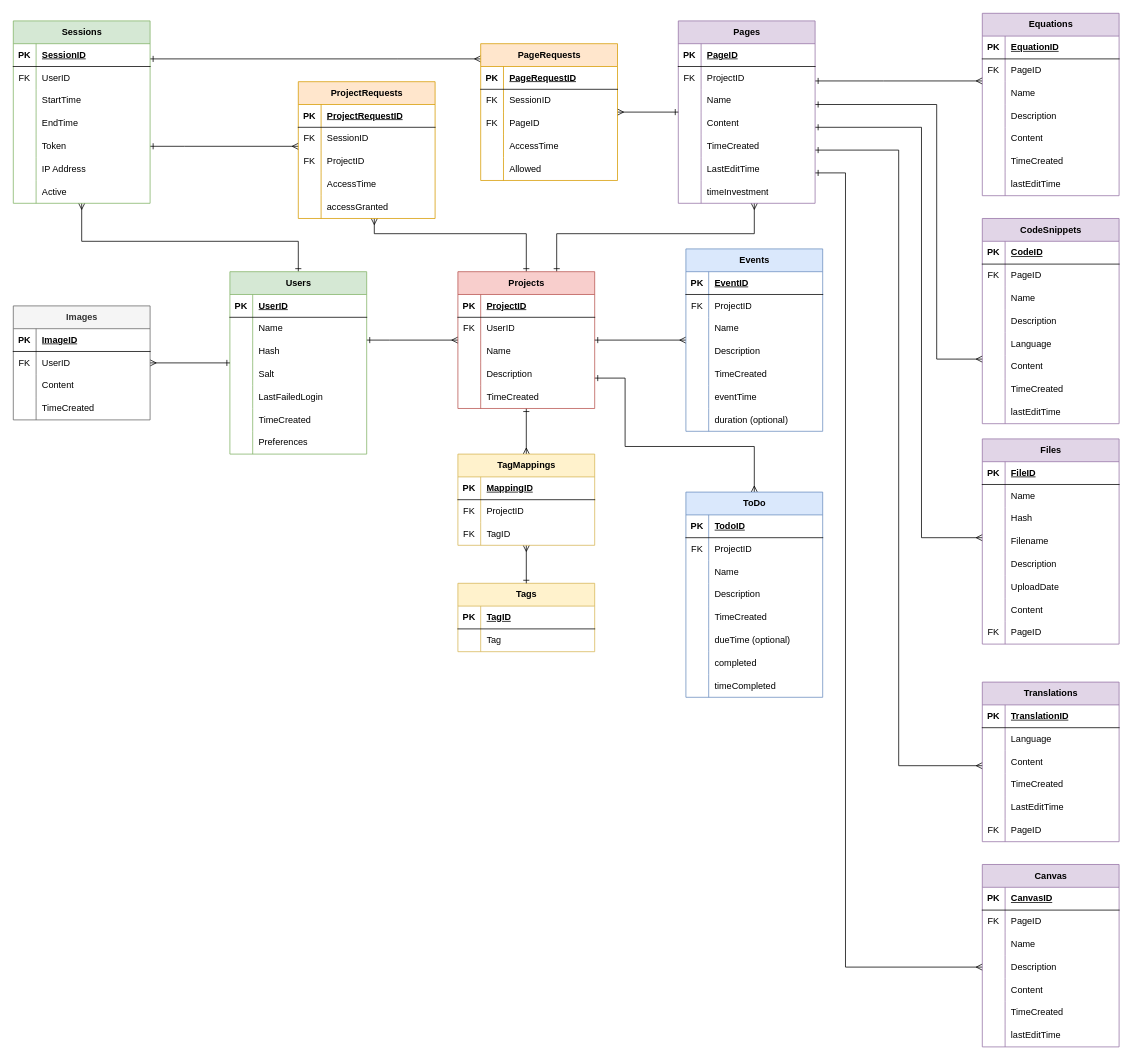
This is assets/ERD.drawio from Maple-Lazuli/one-place-v3, a draw.io file, before an edit. Source tidied: cells renumbered, new cells numbered last; positions are measured from the earlier drawing's top-left corner, leaving out a move shared by most shapes. Both pictures are drawn from the tidied source at 76%, with x=0, y=0 at pixel (13, 13).
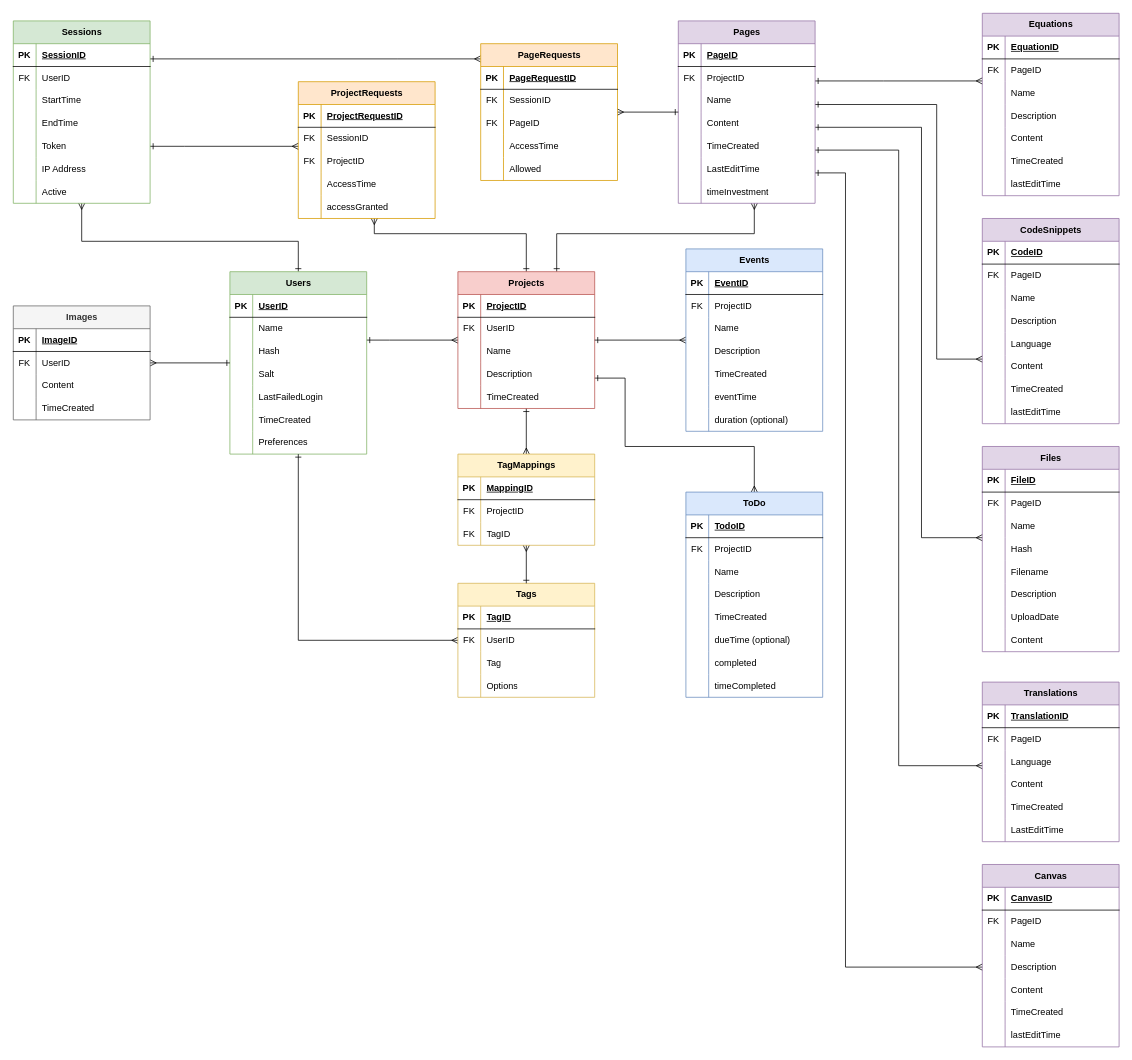
The same diagram, later.

Commit message (it also covers changes not shown here):
updated the erd, updated the sql init file, and updated the tags endpoint

The change refers to these unchanged cells:
```xml
<mxCell id="28" value="Users" style="shape=table;startSize=30;childLayout=tableLayout;rowLines=0;fontStyle=1;align=center;html=1;fillColor=#d5e8d4;strokeColor=#82b366;" parent="1" vertex="1">
  <mxGeometry x="285" y="340" width="180" height="240" as="geometry" />
</mxCell>
<mxCell id="101" style="shape=tableRow;horizontal=0;startSize=0;swimlaneHead=0;swimlaneBody=0;fillColor=none;top=0;left=0;right=0;bottom=0;" parent="97" vertex="1">
  <mxGeometry y="60" width="180" height="30" as="geometry" />
</mxCell>
<mxCell id="282" value="Translations" style="shape=table;startSize=30;childLayout=tableLayout;rowLines=0;fontStyle=1;align=center;html=1;fillColor=#e1d5e7;strokeColor=#9673a6;" parent="1" vertex="1">
  <mxGeometry x="1275" y="880" width="180" height="210" as="geometry" />
</mxCell>
```

Diff of the diagram source:
```diff
@@
+    <mxCell id="323" style="edgeStyle=orthogonalEdgeStyle;rounded=0;jettySize=auto;html=1;endArrow=ERone;endFill=0;startArrow=ERmany;startFill=0;" parent="1" edge="1" source="97" target="28">
+      <mxGeometry relative="1" as="geometry" />
+    </mxCell>
     <mxCell id="97" value="Tags" style="shape=table;startSize=30;childLayout=tableLayout;rowLines=0;fontStyle=1;align=center;html=1;fillColor=#fff2cc;strokeColor=#d6b656;" parent="1" vertex="1">
-      <mxGeometry x="585" y="750" width="180" height="90" as="geometry" />
+      <mxGeometry x="585" y="750" width="180" height="150" as="geometry" />
     </mxCell>
@@
-    <mxCell id="102" style="shape=partialRectangle;fillColor=none;top=0;left=0;bottom=0;right=0;overflow=hidden;whiteSpace=wrap;html=1;" parent="101" vertex="1">
+    <mxCell id="102" value="FK" style="shape=partialRectangle;fillColor=none;top=0;left=0;bottom=0;right=0;overflow=hidden;whiteSpace=wrap;html=1;" parent="101" vertex="1">
       <mxGeometry width="30" height="30" as="geometry" />
     </mxCell>
-    <mxCell id="103" value="Tag" style="shape=partialRectangle;fillColor=none;top=0;left=0;bottom=0;right=0;align=left;spacingLeft=6;overflow=hidden;whiteSpace=wrap;html=1;" parent="101" vertex="1">
+    <mxCell id="103" value="UserID" style="shape=partialRectangle;fillColor=none;top=0;left=0;bottom=0;right=0;align=left;spacingLeft=6;overflow=hidden;whiteSpace=wrap;html=1;" parent="101" vertex="1">
       <mxGeometry x="30" width="150" height="30" as="geometry" />
     </mxCell>
+    <mxCell id="324" style="shape=tableRow;horizontal=0;startSize=0;swimlaneHead=0;swimlaneBody=0;fillColor=none;top=0;left=0;right=0;bottom=0;" parent="97" vertex="1">
+      <mxGeometry y="90" width="180" height="30" as="geometry" />
+    </mxCell>
+    <mxCell id="325" style="shape=partialRectangle;fillColor=none;top=0;left=0;bottom=0;right=0;overflow=hidden;whiteSpace=wrap;html=1;" parent="324" vertex="1">
+      <mxGeometry width="30" height="30" as="geometry" />
+    </mxCell>
+    <mxCell id="326" value="Tag" style="shape=partialRectangle;fillColor=none;top=0;left=0;bottom=0;right=0;align=left;spacingLeft=6;overflow=hidden;whiteSpace=wrap;html=1;" parent="324" vertex="1">
+      <mxGeometry x="30" width="150" height="30" as="geometry" />
+    </mxCell>
+    <mxCell id="327" style="shape=tableRow;horizontal=0;startSize=0;swimlaneHead=0;swimlaneBody=0;fillColor=none;top=0;left=0;right=0;bottom=0;" parent="97" vertex="1">
+      <mxGeometry y="120" width="180" height="30" as="geometry" />
+    </mxCell>
+    <mxCell id="328" style="shape=partialRectangle;fillColor=none;top=0;left=0;bottom=0;right=0;overflow=hidden;whiteSpace=wrap;html=1;" parent="327" vertex="1">
+      <mxGeometry width="30" height="30" as="geometry" />
+    </mxCell>
+    <mxCell id="329" value="Options" style="shape=partialRectangle;fillColor=none;top=0;left=0;bottom=0;right=0;align=left;spacingLeft=6;overflow=hidden;whiteSpace=wrap;html=1;" parent="327" vertex="1">
+      <mxGeometry x="30" width="150" height="30" as="geometry" />
+    </mxCell>
@@
     <mxCell id="162" value="Files" style="shape=table;startSize=30;childLayout=tableLayout;rowLines=0;fontStyle=1;align=center;html=1;fillColor=#e1d5e7;strokeColor=#9673a6;" parent="1" vertex="1">
-      <mxGeometry x="1275" y="560" width="180" height="270" as="geometry" />
+      <mxGeometry x="1275" y="570" width="180" height="270" as="geometry" />
     </mxCell>
@@
-    <mxCell id="166" style="shape=tableRow;horizontal=0;startSize=0;swimlaneHead=0;swimlaneBody=0;fillColor=none;top=0;left=0;right=0;bottom=0;" parent="162" vertex="1">
-      <mxGeometry y="60" width="180" height="30" as="geometry" />
-    </mxCell>
-    <mxCell id="167" style="shape=partialRectangle;fillColor=none;top=0;left=0;bottom=0;right=0;overflow=hidden;whiteSpace=wrap;html=1;" parent="166" vertex="1">
-      <mxGeometry width="30" height="30" as="geometry" />
-    </mxCell>
-    <mxCell id="168" value="Name" style="shape=partialRectangle;fillColor=none;top=0;left=0;bottom=0;right=0;align=left;spacingLeft=6;overflow=hidden;whiteSpace=wrap;html=1;" parent="166" vertex="1">
-      <mxGeometry x="30" width="150" height="30" as="geometry" />
-    </mxCell>
-    <mxCell id="169" style="shape=tableRow;horizontal=0;startSize=0;swimlaneHead=0;swimlaneBody=0;fillColor=none;top=0;left=0;right=0;bottom=0;" parent="162" vertex="1">
-      <mxGeometry y="90" width="180" height="30" as="geometry" />
-    </mxCell>
-    <mxCell id="170" style="shape=partialRectangle;fillColor=none;top=0;left=0;bottom=0;right=0;overflow=hidden;whiteSpace=wrap;html=1;" parent="169" vertex="1">
-      <mxGeometry width="30" height="30" as="geometry" />
-    </mxCell>
-    <mxCell id="171" value="Hash" style="shape=partialRectangle;fillColor=none;top=0;left=0;bottom=0;right=0;align=left;spacingLeft=6;overflow=hidden;whiteSpace=wrap;html=1;" parent="169" vertex="1">
-      <mxGeometry x="30" width="150" height="30" as="geometry" />
-    </mxCell>
-    <mxCell id="172" style="shape=tableRow;horizontal=0;startSize=0;swimlaneHead=0;swimlaneBody=0;fillColor=none;top=0;left=0;right=0;bottom=0;" parent="162" vertex="1">
-      <mxGeometry y="120" width="180" height="30" as="geometry" />
-    </mxCell>
-    <mxCell id="173" style="shape=partialRectangle;fillColor=none;top=0;left=0;bottom=0;right=0;overflow=hidden;whiteSpace=wrap;html=1;" parent="172" vertex="1">
-      <mxGeometry width="30" height="30" as="geometry" />
-    </mxCell>
-    <mxCell id="174" value="Filename" style="shape=partialRectangle;fillColor=none;top=0;left=0;bottom=0;right=0;align=left;spacingLeft=6;overflow=hidden;whiteSpace=wrap;html=1;" parent="172" vertex="1">
-      <mxGeometry x="30" width="150" height="30" as="geometry" />
-    </mxCell>
-    <mxCell id="175" style="shape=tableRow;horizontal=0;startSize=0;swimlaneHead=0;swimlaneBody=0;fillColor=none;top=0;left=0;right=0;bottom=0;" parent="162" vertex="1">
-      <mxGeometry y="150" width="180" height="30" as="geometry" />
-    </mxCell>
-    <mxCell id="176" style="shape=partialRectangle;fillColor=none;top=0;left=0;bottom=0;right=0;overflow=hidden;whiteSpace=wrap;html=1;" parent="175" vertex="1">
-      <mxGeometry width="30" height="30" as="geometry" />
-    </mxCell>
-    <mxCell id="177" value="Description" style="shape=partialRectangle;fillColor=none;top=0;left=0;bottom=0;right=0;align=left;spacingLeft=6;overflow=hidden;whiteSpace=wrap;html=1;" parent="175" vertex="1">
-      <mxGeometry x="30" width="150" height="30" as="geometry" />
-    </mxCell>
-    <mxCell id="178" style="shape=tableRow;horizontal=0;startSize=0;swimlaneHead=0;swimlaneBody=0;fillColor=none;top=0;left=0;right=0;bottom=0;" parent="162" vertex="1">
-      <mxGeometry y="180" width="180" height="30" as="geometry" />
-    </mxCell>
-    <mxCell id="179" style="shape=partialRectangle;fillColor=none;top=0;left=0;bottom=0;right=0;overflow=hidden;whiteSpace=wrap;html=1;" parent="178" vertex="1">
-      <mxGeometry width="30" height="30" as="geometry" />
-    </mxCell>
-    <mxCell id="180" value="UploadDate" style="shape=partialRectangle;fillColor=none;top=0;left=0;bottom=0;right=0;align=left;spacingLeft=6;overflow=hidden;whiteSpace=wrap;html=1;" parent="178" vertex="1">
-      <mxGeometry x="30" width="150" height="30" as="geometry" />
-    </mxCell>
-    <mxCell id="181" style="shape=tableRow;horizontal=0;startSize=0;swimlaneHead=0;swimlaneBody=0;fillColor=none;top=0;left=0;right=0;bottom=0;" parent="162" vertex="1">
-      <mxGeometry y="210" width="180" height="30" as="geometry" />
-    </mxCell>
-    <mxCell id="182" style="shape=partialRectangle;fillColor=none;top=0;left=0;bottom=0;right=0;overflow=hidden;whiteSpace=wrap;html=1;" parent="181" vertex="1">
-      <mxGeometry width="30" height="30" as="geometry" />
-    </mxCell>
-    <mxCell id="183" value="Content" style="shape=partialRectangle;fillColor=none;top=0;left=0;bottom=0;right=0;align=left;spacingLeft=6;overflow=hidden;whiteSpace=wrap;html=1;" parent="181" vertex="1">
-      <mxGeometry x="30" width="150" height="30" as="geometry" />
-    </mxCell>
     <mxCell id="184" style="shape=tableRow;horizontal=0;startSize=0;swimlaneHead=0;swimlaneBody=0;fillColor=none;top=0;left=0;right=0;bottom=0;" parent="162" vertex="1">
-      <mxGeometry y="240" width="180" height="30" as="geometry" />
+      <mxGeometry y="60" width="180" height="30" as="geometry" />
     </mxCell>
@@
+    <mxCell id="330" style="shape=tableRow;horizontal=0;startSize=0;swimlaneHead=0;swimlaneBody=0;fillColor=none;top=0;left=0;right=0;bottom=0;" parent="162" vertex="1">
+      <mxGeometry y="90" width="180" height="30" as="geometry" />
+    </mxCell>
+    <mxCell id="331" style="shape=partialRectangle;fillColor=none;top=0;left=0;bottom=0;right=0;overflow=hidden;whiteSpace=wrap;html=1;" parent="330" vertex="1">
+      <mxGeometry width="30" height="30" as="geometry" />
+    </mxCell>
+    <mxCell id="168" value="Name" style="shape=partialRectangle;fillColor=none;top=0;left=0;bottom=0;right=0;align=left;spacingLeft=6;overflow=hidden;whiteSpace=wrap;html=1;" parent="330" vertex="1">
+      <mxGeometry x="30" width="150" height="30" as="geometry" />
+    </mxCell>
+    <mxCell id="332" style="shape=tableRow;horizontal=0;startSize=0;swimlaneHead=0;swimlaneBody=0;fillColor=none;top=0;left=0;right=0;bottom=0;" parent="162" vertex="1">
+      <mxGeometry y="120" width="180" height="30" as="geometry" />
+    </mxCell>
+    <mxCell id="333" style="shape=partialRectangle;fillColor=none;top=0;left=0;bottom=0;right=0;overflow=hidden;whiteSpace=wrap;html=1;" parent="332" vertex="1">
+      <mxGeometry width="30" height="30" as="geometry" />
+    </mxCell>
+    <mxCell id="171" value="Hash" style="shape=partialRectangle;fillColor=none;top=0;left=0;bottom=0;right=0;align=left;spacingLeft=6;overflow=hidden;whiteSpace=wrap;html=1;" parent="332" vertex="1">
+      <mxGeometry x="30" width="150" height="30" as="geometry" />
+    </mxCell>
+    <mxCell id="334" style="shape=tableRow;horizontal=0;startSize=0;swimlaneHead=0;swimlaneBody=0;fillColor=none;top=0;left=0;right=0;bottom=0;" parent="162" vertex="1">
+      <mxGeometry y="150" width="180" height="30" as="geometry" />
+    </mxCell>
+    <mxCell id="335" style="shape=partialRectangle;fillColor=none;top=0;left=0;bottom=0;right=0;overflow=hidden;whiteSpace=wrap;html=1;" parent="334" vertex="1">
+      <mxGeometry width="30" height="30" as="geometry" />
+    </mxCell>
+    <mxCell id="174" value="Filename" style="shape=partialRectangle;fillColor=none;top=0;left=0;bottom=0;right=0;align=left;spacingLeft=6;overflow=hidden;whiteSpace=wrap;html=1;" parent="334" vertex="1">
+      <mxGeometry x="30" width="150" height="30" as="geometry" />
+    </mxCell>
+    <mxCell id="336" style="shape=tableRow;horizontal=0;startSize=0;swimlaneHead=0;swimlaneBody=0;fillColor=none;top=0;left=0;right=0;bottom=0;" parent="162" vertex="1">
+      <mxGeometry y="180" width="180" height="30" as="geometry" />
+    </mxCell>
+    <mxCell id="337" style="shape=partialRectangle;fillColor=none;top=0;left=0;bottom=0;right=0;overflow=hidden;whiteSpace=wrap;html=1;" parent="336" vertex="1">
+      <mxGeometry width="30" height="30" as="geometry" />
+    </mxCell>
+    <mxCell id="177" value="Description" style="shape=partialRectangle;fillColor=none;top=0;left=0;bottom=0;right=0;align=left;spacingLeft=6;overflow=hidden;whiteSpace=wrap;html=1;" parent="336" vertex="1">
+      <mxGeometry x="30" width="150" height="30" as="geometry" />
+    </mxCell>
+    <mxCell id="181" style="shape=tableRow;horizontal=0;startSize=0;swimlaneHead=0;swimlaneBody=0;fillColor=none;top=0;left=0;right=0;bottom=0;" parent="162" vertex="1">
+      <mxGeometry y="210" width="180" height="30" as="geometry" />
+    </mxCell>
+    <mxCell id="338" style="shape=partialRectangle;fillColor=none;top=0;left=0;bottom=0;right=0;overflow=hidden;whiteSpace=wrap;html=1;" parent="181" vertex="1">
+      <mxGeometry width="30" height="30" as="geometry" />
+    </mxCell>
+    <mxCell id="180" value="UploadDate" style="shape=partialRectangle;fillColor=none;top=0;left=0;bottom=0;right=0;align=left;spacingLeft=6;overflow=hidden;whiteSpace=wrap;html=1;" parent="181" vertex="1">
+      <mxGeometry x="30" width="150" height="30" as="geometry" />
+    </mxCell>
+    <mxCell id="339" style="shape=tableRow;horizontal=0;startSize=0;swimlaneHead=0;swimlaneBody=0;fillColor=none;top=0;left=0;right=0;bottom=0;" parent="162" vertex="1">
+      <mxGeometry y="240" width="180" height="30" as="geometry" />
+    </mxCell>
+    <mxCell id="340" style="shape=partialRectangle;fillColor=none;top=0;left=0;bottom=0;right=0;overflow=hidden;whiteSpace=wrap;html=1;" parent="339" vertex="1">
+      <mxGeometry width="30" height="30" as="geometry" />
+    </mxCell>
+    <mxCell id="341" value="Content" style="shape=partialRectangle;fillColor=none;top=0;left=0;bottom=0;right=0;align=left;spacingLeft=6;overflow=hidden;whiteSpace=wrap;html=1;" parent="339" vertex="1">
+      <mxGeometry x="30" width="150" height="30" as="geometry" />
+    </mxCell>
@@
-    <mxCell id="286" style="shape=tableRow;horizontal=0;startSize=0;swimlaneHead=0;swimlaneBody=0;fillColor=none;top=0;left=0;right=0;bottom=0;" parent="282" vertex="1">
-      <mxGeometry y="60" width="180" height="30" as="geometry" />
-    </mxCell>
-    <mxCell id="287" style="shape=partialRectangle;fillColor=none;top=0;left=0;bottom=0;right=0;overflow=hidden;whiteSpace=wrap;html=1;" parent="286" vertex="1">
-      <mxGeometry width="30" height="30" as="geometry" />
-    </mxCell>
-    <mxCell id="288" value="Language" style="shape=partialRectangle;fillColor=none;top=0;left=0;bottom=0;right=0;align=left;spacingLeft=6;overflow=hidden;whiteSpace=wrap;html=1;" parent="286" vertex="1">
-      <mxGeometry x="30" width="150" height="30" as="geometry" />
-    </mxCell>
-    <mxCell id="289" style="shape=tableRow;horizontal=0;startSize=0;swimlaneHead=0;swimlaneBody=0;fillColor=none;top=0;left=0;right=0;bottom=0;" parent="282" vertex="1">
-      <mxGeometry y="90" width="180" height="30" as="geometry" />
-    </mxCell>
-    <mxCell id="290" style="shape=partialRectangle;fillColor=none;top=0;left=0;bottom=0;right=0;overflow=hidden;whiteSpace=wrap;html=1;" parent="289" vertex="1">
-      <mxGeometry width="30" height="30" as="geometry" />
-    </mxCell>
-    <mxCell id="291" value="Content" style="shape=partialRectangle;fillColor=none;top=0;left=0;bottom=0;right=0;align=left;spacingLeft=6;overflow=hidden;whiteSpace=wrap;html=1;" parent="289" vertex="1">
-      <mxGeometry x="30" width="150" height="30" as="geometry" />
-    </mxCell>
-    <mxCell id="292" style="shape=tableRow;horizontal=0;startSize=0;swimlaneHead=0;swimlaneBody=0;fillColor=none;top=0;left=0;right=0;bottom=0;" parent="282" vertex="1">
-      <mxGeometry y="120" width="180" height="30" as="geometry" />
-    </mxCell>
-    <mxCell id="293" style="shape=partialRectangle;fillColor=none;top=0;left=0;bottom=0;right=0;overflow=hidden;whiteSpace=wrap;html=1;" parent="292" vertex="1">
-      <mxGeometry width="30" height="30" as="geometry" />
-    </mxCell>
-    <mxCell id="294" value="TimeCreated" style="shape=partialRectangle;fillColor=none;top=0;left=0;bottom=0;right=0;align=left;spacingLeft=6;overflow=hidden;whiteSpace=wrap;html=1;" parent="292" vertex="1">
-      <mxGeometry x="30" width="150" height="30" as="geometry" />
-    </mxCell>
-    <mxCell id="295" style="shape=tableRow;horizontal=0;startSize=0;swimlaneHead=0;swimlaneBody=0;fillColor=none;top=0;left=0;right=0;bottom=0;" parent="282" vertex="1">
-      <mxGeometry y="150" width="180" height="30" as="geometry" />
-    </mxCell>
-    <mxCell id="296" style="shape=partialRectangle;fillColor=none;top=0;left=0;bottom=0;right=0;overflow=hidden;whiteSpace=wrap;html=1;" parent="295" vertex="1">
-      <mxGeometry width="30" height="30" as="geometry" />
-    </mxCell>
-    <mxCell id="297" value="LastEditTime" style="shape=partialRectangle;fillColor=none;top=0;left=0;bottom=0;right=0;align=left;spacingLeft=6;overflow=hidden;whiteSpace=wrap;html=1;" parent="295" vertex="1">
-      <mxGeometry x="30" width="150" height="30" as="geometry" />
-    </mxCell>
     <mxCell id="298" style="shape=tableRow;horizontal=0;startSize=0;swimlaneHead=0;swimlaneBody=0;fillColor=none;top=0;left=0;right=0;bottom=0;" parent="282" vertex="1">
-      <mxGeometry y="180" width="180" height="30" as="geometry" />
+      <mxGeometry y="60" width="180" height="30" as="geometry" />
     </mxCell>
@@
+    <mxCell id="342" style="shape=tableRow;horizontal=0;startSize=0;swimlaneHead=0;swimlaneBody=0;fillColor=none;top=0;left=0;right=0;bottom=0;" parent="282" vertex="1">
+      <mxGeometry y="90" width="180" height="30" as="geometry" />
+    </mxCell>
+    <mxCell id="343" style="shape=partialRectangle;fillColor=none;top=0;left=0;bottom=0;right=0;overflow=hidden;whiteSpace=wrap;html=1;" parent="342" vertex="1">
+      <mxGeometry width="30" height="30" as="geometry" />
+    </mxCell>
+    <mxCell id="288" value="Language" style="shape=partialRectangle;fillColor=none;top=0;left=0;bottom=0;right=0;align=left;spacingLeft=6;overflow=hidden;whiteSpace=wrap;html=1;" parent="342" vertex="1">
+      <mxGeometry x="30" width="150" height="30" as="geometry" />
+    </mxCell>
+    <mxCell id="344" style="shape=tableRow;horizontal=0;startSize=0;swimlaneHead=0;swimlaneBody=0;fillColor=none;top=0;left=0;right=0;bottom=0;" parent="282" vertex="1">
+      <mxGeometry y="120" width="180" height="30" as="geometry" />
+    </mxCell>
+    <mxCell id="345" style="shape=partialRectangle;fillColor=none;top=0;left=0;bottom=0;right=0;overflow=hidden;whiteSpace=wrap;html=1;" parent="344" vertex="1">
+      <mxGeometry width="30" height="30" as="geometry" />
+    </mxCell>
+    <mxCell id="346" value="Content" style="shape=partialRectangle;fillColor=none;top=0;left=0;bottom=0;right=0;align=left;spacingLeft=6;overflow=hidden;whiteSpace=wrap;html=1;" parent="344" vertex="1">
+      <mxGeometry x="30" width="150" height="30" as="geometry" />
+    </mxCell>
+    <mxCell id="347" style="shape=tableRow;horizontal=0;startSize=0;swimlaneHead=0;swimlaneBody=0;fillColor=none;top=0;left=0;right=0;bottom=0;" parent="282" vertex="1">
+      <mxGeometry y="150" width="180" height="30" as="geometry" />
+    </mxCell>
+    <mxCell id="348" style="shape=partialRectangle;fillColor=none;top=0;left=0;bottom=0;right=0;overflow=hidden;whiteSpace=wrap;html=1;" parent="347" vertex="1">
+      <mxGeometry width="30" height="30" as="geometry" />
+    </mxCell>
+    <mxCell id="294" value="TimeCreated" style="shape=partialRectangle;fillColor=none;top=0;left=0;bottom=0;right=0;align=left;spacingLeft=6;overflow=hidden;whiteSpace=wrap;html=1;" parent="347" vertex="1">
+      <mxGeometry x="30" width="150" height="30" as="geometry" />
+    </mxCell>
+    <mxCell id="349" style="shape=tableRow;horizontal=0;startSize=0;swimlaneHead=0;swimlaneBody=0;fillColor=none;top=0;left=0;right=0;bottom=0;" parent="282" vertex="1">
+      <mxGeometry y="180" width="180" height="30" as="geometry" />
+    </mxCell>
+    <mxCell id="350" style="shape=partialRectangle;fillColor=none;top=0;left=0;bottom=0;right=0;overflow=hidden;whiteSpace=wrap;html=1;" parent="349" vertex="1">
+      <mxGeometry width="30" height="30" as="geometry" />
+    </mxCell>
+    <mxCell id="297" value="LastEditTime" style="shape=partialRectangle;fillColor=none;top=0;left=0;bottom=0;right=0;align=left;spacingLeft=6;overflow=hidden;whiteSpace=wrap;html=1;" parent="349" vertex="1">
+      <mxGeometry x="30" width="150" height="30" as="geometry" />
+    </mxCell>
```
